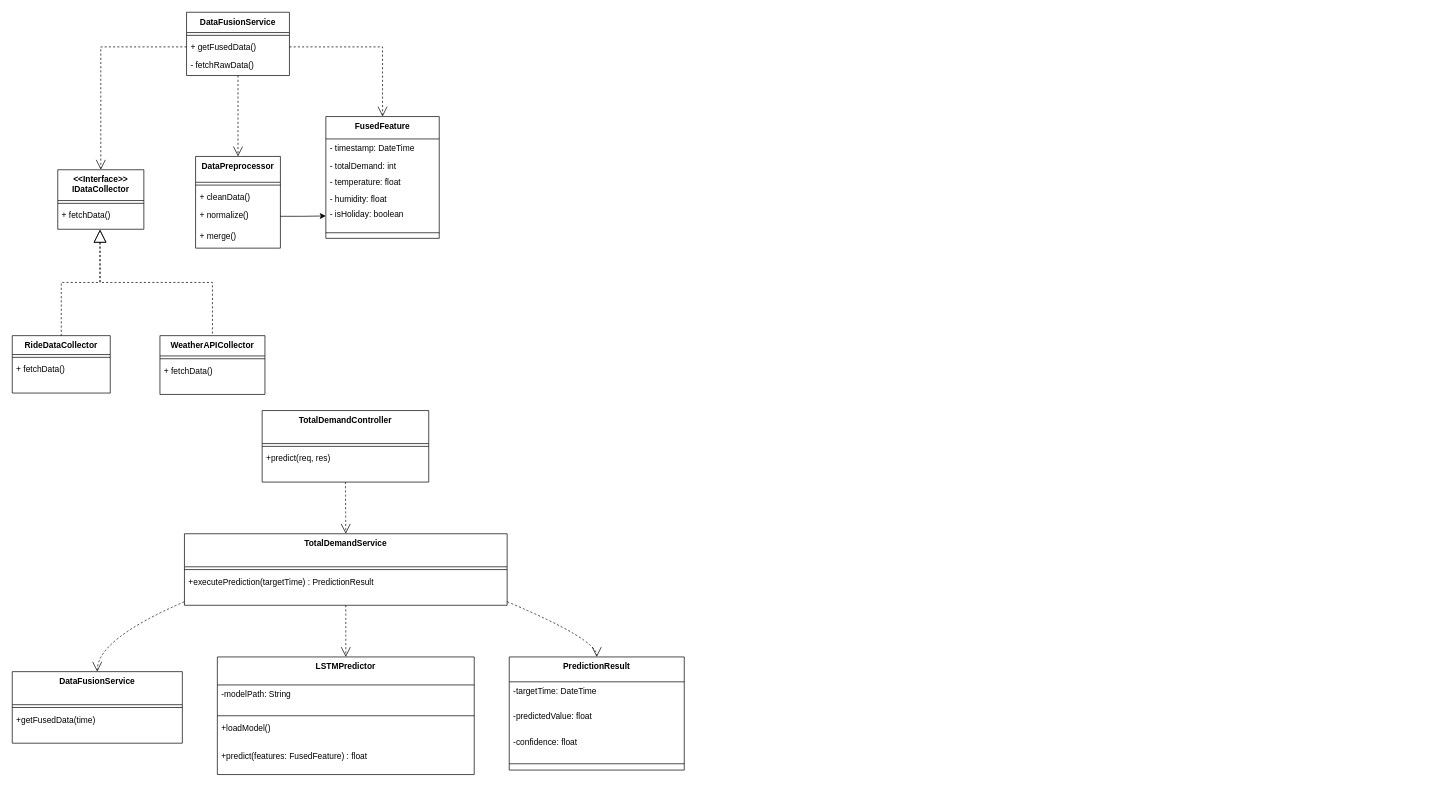
Before: 车站流量类图1.drawio in Lxlorange/drawio, a draw.io diagram. Source tidied: cells renumbered, new cells numbered last; positions are measured from the earlier drawing's top-left corner, leaving out a move shared by most shapes. Both pictures are drawn from the tidied source at 70%, with x=0, y=0 at pixel (12, 12).
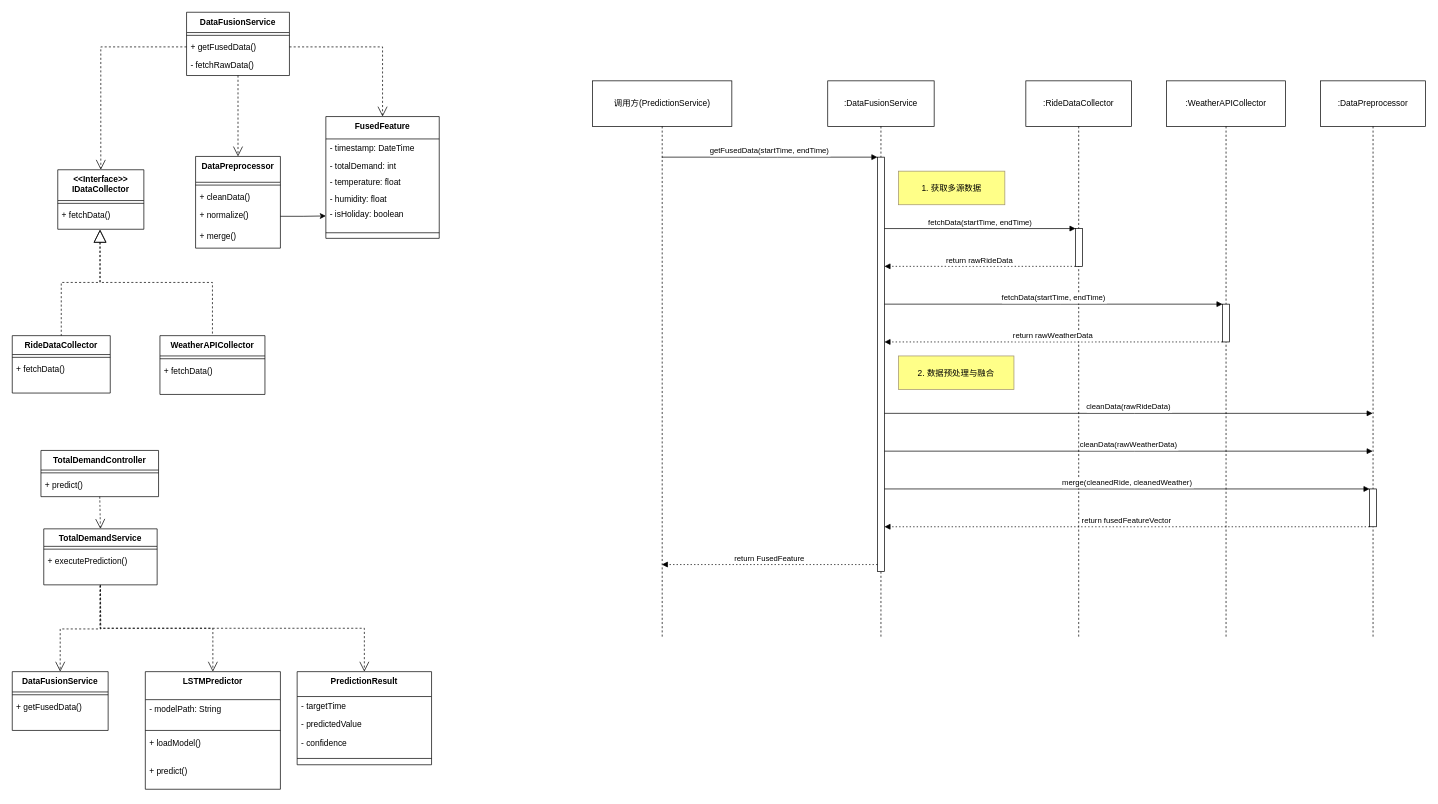
Above is the later version.

Commit message (it also covers changes not shown here):
Update 车站流量类图1.drawio

Diff of the diagram source:
```diff
@@
-    <mxCell id="33" value="TotalDemandController" style="swimlane;fontStyle=1;align=center;verticalAlign=top;horizontal=1;startSize=47.200338745117186;" parent="1" vertex="1">
-      <mxGeometry x="357" y="569" width="238" height="102.2" as="geometry" />
+    <mxCell id="33" value="TotalDemandController" style="swimlane;fontStyle=1;align=center;verticalAlign=top;horizontal=1;startSize=28;" parent="1" vertex="1">
+      <mxGeometry x="41" y="626" width="168" height="66" as="geometry" />
     </mxCell>
     <mxCell id="34" style="line;strokeWidth=1;fillColor=none;align=left;verticalAlign=middle;spacingTop=-1;spacingLeft=3;spacingRight=3;labelPosition=right;strokeColor=inherit;" parent="33" vertex="1">
-      <mxGeometry y="47.2" width="238" height="8" as="geometry" />
+      <mxGeometry y="28" width="168" height="8" as="geometry" />
     </mxCell>
-    <mxCell id="35" value="+predict(req, res)" style="text;strokeColor=none;fillColor=none;align=left;verticalAlign=top;spacingLeft=4;spacingRight=4;overflow=hidden;" parent="33" vertex="1">
-      <mxGeometry y="55.2" width="238" height="47" as="geometry" />
+    <mxCell id="35" value="+ predict()" style="text;strokeColor=none;fillColor=none;align=left;verticalAlign=top;spacingLeft=4;spacingRight=4;overflow=hidden;" parent="33" vertex="1">
+      <mxGeometry y="36" width="168" height="30" as="geometry" />
     </mxCell>
-    <mxCell id="36" value="TotalDemandService" style="swimlane;fontStyle=1;align=center;verticalAlign=top;horizontal=1;startSize=47.200338745117186;" parent="1" vertex="1">
-      <mxGeometry x="246" y="745" width="461" height="102.2" as="geometry" />
+    <mxCell id="36" value="TotalDemandService" style="swimlane;fontStyle=1;align=center;verticalAlign=top;horizontal=1;startSize=25;" parent="1" vertex="1">
+      <mxGeometry x="45" y="738" width="162" height="80" as="geometry" />
     </mxCell>
     <mxCell id="37" style="line;strokeWidth=1;fillColor=none;align=left;verticalAlign=middle;spacingTop=-1;spacingLeft=3;spacingRight=3;labelPosition=right;strokeColor=inherit;" parent="36" vertex="1">
-      <mxGeometry y="47.2" width="461" height="8" as="geometry" />
+      <mxGeometry y="25" width="162" height="8" as="geometry" />
     </mxCell>
-    <mxCell id="38" value="+executePrediction(targetTime) : PredictionResult" style="text;strokeColor=none;fillColor=none;align=left;verticalAlign=top;spacingLeft=4;spacingRight=4;overflow=hidden;points=[[0,0.5],[1,0.5]];portConstraint=eastwest;" parent="36" vertex="1">
-      <mxGeometry y="55.2" width="461" height="47" as="geometry" />
+    <mxCell id="38" value="+ executePrediction() " style="text;strokeColor=none;fillColor=none;align=left;verticalAlign=top;spacingLeft=4;spacingRight=4;overflow=hidden;points=[[0,0.5],[1,0.5]];portConstraint=eastwest;" parent="36" vertex="1">
+      <mxGeometry y="33" width="162" height="47" as="geometry" />
     </mxCell>
-    <mxCell id="39" value="DataFusionService" style="swimlane;fontStyle=1;align=center;verticalAlign=top;horizontal=1;startSize=47.200338745117186;" parent="1" vertex="1">
-      <mxGeometry y="942" width="243" height="102.2" as="geometry" />
+    <mxCell id="39" value="DataFusionService" style="swimlane;fontStyle=1;align=center;verticalAlign=top;horizontal=1;startSize=29;" parent="1" vertex="1">
+      <mxGeometry y="942" width="137" height="84" as="geometry" />
     </mxCell>
     <mxCell id="40" style="line;strokeWidth=1;fillColor=none;align=left;verticalAlign=middle;spacingTop=-1;spacingLeft=3;spacingRight=3;labelPosition=right;strokeColor=inherit;" parent="39" vertex="1">
-      <mxGeometry y="47.2" width="243" height="8" as="geometry" />
+      <mxGeometry y="29" width="137" height="8" as="geometry" />
     </mxCell>
-    <mxCell id="41" value="+getFusedData(time)" style="text;strokeColor=none;fillColor=none;align=left;verticalAlign=top;spacingLeft=4;spacingRight=4;overflow=hidden;" parent="39" vertex="1">
-      <mxGeometry y="55.2" width="243" height="47" as="geometry" />
+    <mxCell id="41" value="+ getFusedData()" style="text;strokeColor=none;fillColor=none;align=left;verticalAlign=top;spacingLeft=4;spacingRight=4;overflow=hidden;" parent="39" vertex="1">
+      <mxGeometry y="37" width="137" height="47" as="geometry" />
     </mxCell>
     <mxCell id="42" value="LSTMPredictor" style="swimlane;fontStyle=1;align=center;verticalAlign=top;horizontal=1;startSize=40.00041961669922;" parent="1" vertex="1">
-      <mxGeometry x="293" y="921" width="367" height="168" as="geometry" />
+      <mxGeometry x="190.1" y="942" width="193" height="168" as="geometry" />
     </mxCell>
-    <mxCell id="43" value="-modelPath: String" style="text;strokeColor=none;fillColor=none;align=left;verticalAlign=top;spacingLeft=4;spacingRight=4;overflow=hidden;" parent="42" vertex="1">
-      <mxGeometry y="40" width="367" height="40" as="geometry" />
+    <mxCell id="43" value="- modelPath: String" style="text;strokeColor=none;fillColor=none;align=left;verticalAlign=top;spacingLeft=4;spacingRight=4;overflow=hidden;" parent="42" vertex="1">
+      <mxGeometry y="40" width="193" height="40" as="geometry" />
     </mxCell>
     <mxCell id="44" style="line;strokeWidth=1;fillColor=none;align=left;verticalAlign=middle;spacingTop=-1;spacingLeft=3;spacingRight=3;labelPosition=right;strokeColor=inherit;" parent="42" vertex="1">
-      <mxGeometry y="80" width="367" height="8" as="geometry" />
+      <mxGeometry y="80" width="193" height="8" as="geometry" />
     </mxCell>
-    <mxCell id="45" value="+loadModel()" style="text;strokeColor=none;fillColor=none;align=left;verticalAlign=top;spacingLeft=4;spacingRight=4;overflow=hidden;" parent="42" vertex="1">
-      <mxGeometry y="88" width="367" height="40" as="geometry" />
+    <mxCell id="45" value="+ loadModel()" style="text;strokeColor=none;fillColor=none;align=left;verticalAlign=top;spacingLeft=4;spacingRight=4;overflow=hidden;" parent="42" vertex="1">
+      <mxGeometry y="88" width="193" height="40" as="geometry" />
     </mxCell>
-    <mxCell id="46" value="+predict(features: FusedFeature) : float" style="text;strokeColor=none;fillColor=none;align=left;verticalAlign=top;spacingLeft=4;spacingRight=4;overflow=hidden;" parent="42" vertex="1">
-      <mxGeometry y="128" width="367" height="40" as="geometry" />
+    <mxCell id="46" value="+ predict()" style="text;strokeColor=none;fillColor=none;align=left;verticalAlign=top;spacingLeft=4;spacingRight=4;overflow=hidden;" parent="42" vertex="1">
+      <mxGeometry y="128" width="193" height="40" as="geometry" />
     </mxCell>
     <mxCell id="47" value="PredictionResult" style="swimlane;fontStyle=1;align=center;verticalAlign=top;horizontal=1;startSize=35.555928548177086;" parent="1" vertex="1">
-      <mxGeometry x="710" y="921" width="250" height="161.6" as="geometry" />
+      <mxGeometry x="407" y="942" width="192" height="133" as="geometry" />
     </mxCell>
-    <mxCell id="48" value="-targetTime: DateTime" style="text;strokeColor=none;fillColor=none;align=left;verticalAlign=top;spacingLeft=4;spacingRight=4;overflow=hidden;" parent="47" vertex="1">
-      <mxGeometry y="35.6" width="250" height="36" as="geometry" />
+    <mxCell id="48" value="- targetTime" style="text;strokeColor=none;fillColor=none;align=left;verticalAlign=top;spacingLeft=4;spacingRight=4;overflow=hidden;" parent="47" vertex="1">
+      <mxGeometry y="35.6" width="192" height="25.4" as="geometry" />
     </mxCell>
-    <mxCell id="49" value="-predictedValue: float" style="text;strokeColor=none;fillColor=none;align=left;verticalAlign=top;spacingLeft=4;spacingRight=4;overflow=hidden;" parent="47" vertex="1">
-      <mxGeometry y="71.6" width="250" height="36" as="geometry" />
+    <mxCell id="49" value="- predictedValue" style="text;strokeColor=none;fillColor=none;align=left;verticalAlign=top;spacingLeft=4;spacingRight=4;overflow=hidden;" parent="47" vertex="1">
+      <mxGeometry y="61" width="192" height="27" as="geometry" />
     </mxCell>
-    <mxCell id="50" value="-confidence: float" style="text;strokeColor=none;fillColor=none;align=left;verticalAlign=top;spacingLeft=4;spacingRight=4;overflow=hidden;" parent="47" vertex="1">
-      <mxGeometry y="107.6" width="250" height="36" as="geometry" />
+    <mxCell id="50" value="- confidence" style="text;strokeColor=none;fillColor=none;align=left;verticalAlign=top;spacingLeft=4;spacingRight=4;overflow=hidden;" parent="47" vertex="1">
+      <mxGeometry y="88" width="192" height="27" as="geometry" />
     </mxCell>
     <mxCell id="51" style="line;strokeWidth=1;fillColor=none;align=left;verticalAlign=middle;spacingTop=-1;spacingLeft=3;spacingRight=3;labelPosition=right;strokeColor=inherit;" parent="47" vertex="1">
-      <mxGeometry y="143.6" width="250" height="18" as="geometry" />
+      <mxGeometry y="115" width="192" height="18" as="geometry" />
     </mxCell>
@@
-    <mxCell id="53" style="curved=1;dashed=1;startArrow=none;endArrow=open;endSize=12;exitX=0;exitY=0.95;entryX=0.5;entryY=0;rounded=0;" parent="1" edge="1" source="36" target="39">
+    <mxCell id="53" style="dashed=1;startArrow=none;endArrow=open;endSize=12;entryX=0.5;entryY=0;rounded=0;edgeStyle=orthogonalEdgeStyle;" parent="1" edge="1" target="39">
       <mxGeometry relative="1" as="geometry">
-        <Array as="points">
-          <mxPoint x="121" y="896" />
-        </Array>
+        <mxPoint x="126" y="819" as="sourcePoint" />
       </mxGeometry>
     </mxCell>
-    <mxCell id="54" style="curved=1;dashed=1;startArrow=none;endArrow=open;endSize=12;exitX=0.5;exitY=1;entryX=0.5;entryY=0;rounded=0;" parent="1" edge="1" source="36" target="42">
+    <mxCell id="54" style="dashed=1;startArrow=none;endArrow=open;endSize=12;exitX=0.5;exitY=1;rounded=0;edgeStyle=orthogonalEdgeStyle;" parent="1" edge="1" source="36" target="42">
       <mxGeometry relative="1" as="geometry" />
     </mxCell>
-    <mxCell id="55" style="curved=1;dashed=1;startArrow=none;endArrow=open;endSize=12;exitX=1;exitY=0.95;entryX=0.5;entryY=0;rounded=0;" parent="1" edge="1" source="36" target="47">
-      <mxGeometry relative="1" as="geometry">
-        <Array as="points">
-          <mxPoint x="835" y="896" />
-        </Array>
-      </mxGeometry>
+    <mxCell id="55" style="dashed=1;startArrow=none;endArrow=open;endSize=12;exitX=0.495;exitY=1.021;rounded=0;edgeStyle=orthogonalEdgeStyle;exitDx=0;exitDy=0;exitPerimeter=0;entryX=0.5;entryY=0;entryDx=0;entryDy=0;" parent="1" edge="1" source="38" target="47">
+      <mxGeometry relative="1" as="geometry" />
     </mxCell>
+    <mxCell id="56" value="调用方(PredictionService)" style="shape=umlLifeline;perimeter=lifelinePerimeter;whiteSpace=wrap;outlineConnect=0;portConstraint=eastwest;newEdgeStyle={&quot;edgeStyle&quot;:&quot;elbowEdgeStyle&quot;,&quot;elbow&quot;:&quot;vertical&quot;,&quot;curved&quot;:0,&quot;rounded&quot;:0};size=65;" parent="1" vertex="1">
+      <mxGeometry x="829" y="98" width="199" height="796" as="geometry" />
+    </mxCell>
+    <mxCell id="57" value=":DataFusionService" style="shape=umlLifeline;perimeter=lifelinePerimeter;whiteSpace=wrap;newEdgeStyle={&quot;edgeStyle&quot;:&quot;elbowEdgeStyle&quot;,&quot;elbow&quot;:&quot;vertical&quot;,&quot;curved&quot;:0,&quot;rounded&quot;:0};size=65;" parent="1" vertex="1">
+      <mxGeometry x="1165" y="98" width="152" height="796" as="geometry" />
+    </mxCell>
+    <mxCell id="58" style="points=[];perimeter=orthogonalPerimeter;outlineConnect=0;targetShapes=umlLifeline;portConstraint=eastwest;newEdgeStyle={&quot;edgeStyle&quot;:&quot;elbowEdgeStyle&quot;,&quot;elbow&quot;:&quot;vertical&quot;,&quot;curved&quot;:0,&quot;rounded&quot;:0};" parent="57" vertex="1">
+      <mxGeometry x="71" y="109" width="10" height="592" as="geometry" />
+    </mxCell>
+    <mxCell id="59" value=":RideDataCollector" style="shape=umlLifeline;perimeter=lifelinePerimeter;whiteSpace=wrap;newEdgeStyle={&quot;edgeStyle&quot;:&quot;elbowEdgeStyle&quot;,&quot;elbow&quot;:&quot;vertical&quot;,&quot;curved&quot;:0,&quot;rounded&quot;:0};size=65;" parent="1" vertex="1">
+      <mxGeometry x="1448" y="98" width="151" height="796" as="geometry" />
+    </mxCell>
+    <mxCell id="60" style="points=[];perimeter=orthogonalPerimeter;outlineConnect=0;targetShapes=umlLifeline;portConstraint=eastwest;newEdgeStyle={&quot;edgeStyle&quot;:&quot;elbowEdgeStyle&quot;,&quot;elbow&quot;:&quot;vertical&quot;,&quot;curved&quot;:0,&quot;rounded&quot;:0};" parent="59" vertex="1">
+      <mxGeometry x="71" y="211" width="10" height="54" as="geometry" />
+    </mxCell>
+    <mxCell id="61" value=":WeatherAPICollector" style="shape=umlLifeline;perimeter=lifelinePerimeter;whiteSpace=wrap;newEdgeStyle={&quot;edgeStyle&quot;:&quot;elbowEdgeStyle&quot;,&quot;elbow&quot;:&quot;vertical&quot;,&quot;curved&quot;:0,&quot;rounded&quot;:0};size=65;" parent="1" vertex="1">
+      <mxGeometry x="1649" y="98" width="170" height="796" as="geometry" />
+    </mxCell>
+    <mxCell id="62" style="points=[];perimeter=orthogonalPerimeter;outlineConnect=0;targetShapes=umlLifeline;portConstraint=eastwest;newEdgeStyle={&quot;edgeStyle&quot;:&quot;elbowEdgeStyle&quot;,&quot;elbow&quot;:&quot;vertical&quot;,&quot;curved&quot;:0,&quot;rounded&quot;:0};" parent="61" vertex="1">
+      <mxGeometry x="80" y="319" width="10" height="54" as="geometry" />
+    </mxCell>
+    <mxCell id="63" value=":DataPreprocessor" style="shape=umlLifeline;perimeter=lifelinePerimeter;whiteSpace=wrap;outlineConnect=0;portConstraint=eastwest;newEdgeStyle={&quot;edgeStyle&quot;:&quot;elbowEdgeStyle&quot;,&quot;elbow&quot;:&quot;vertical&quot;,&quot;curved&quot;:0,&quot;rounded&quot;:0};size=65;" parent="1" vertex="1">
+      <mxGeometry x="1869" y="98" width="150" height="796" as="geometry" />
+    </mxCell>
+    <mxCell id="64" style="points=[];perimeter=orthogonalPerimeter;outlineConnect=0;targetShapes=umlLifeline;portConstraint=eastwest;newEdgeStyle={&quot;edgeStyle&quot;:&quot;elbowEdgeStyle&quot;,&quot;elbow&quot;:&quot;vertical&quot;,&quot;curved&quot;:0,&quot;rounded&quot;:0};" parent="63" vertex="1">
+      <mxGeometry x="70" y="583" width="10" height="54" as="geometry" />
+    </mxCell>
+    <mxCell id="65" value="getFusedData(startTime, endTime)" style="verticalAlign=bottom;edgeStyle=elbowEdgeStyle;elbow=vertical;curved=0;rounded=0;endArrow=block;" parent="1" edge="1" source="56" target="58">
+      <mxGeometry relative="1" as="geometry">
+        <Array as="points">
+          <mxPoint x="1093" y="207" />
+        </Array>
+      </mxGeometry>
+    </mxCell>
+    <mxCell id="66" value="fetchData(startTime, endTime)" style="verticalAlign=bottom;edgeStyle=elbowEdgeStyle;elbow=vertical;curved=0;rounded=0;endArrow=block;" parent="1" edge="1" source="58" target="60">
+      <mxGeometry relative="1" as="geometry">
+        <Array as="points">
+          <mxPoint x="1393" y="309" />
+        </Array>
+      </mxGeometry>
+    </mxCell>
+    <mxCell id="67" value="return rawRideData" style="verticalAlign=bottom;edgeStyle=elbowEdgeStyle;elbow=vertical;curved=0;rounded=0;dashed=1;dashPattern=2 3;endArrow=block;" parent="1" edge="1" source="60" target="58">
+      <mxGeometry relative="1" as="geometry">
+        <Array as="points">
+          <mxPoint x="1394" y="363" />
+        </Array>
+      </mxGeometry>
+    </mxCell>
+    <mxCell id="68" value="fetchData(startTime, endTime)" style="verticalAlign=bottom;edgeStyle=elbowEdgeStyle;elbow=vertical;curved=0;rounded=0;endArrow=block;" parent="1" edge="1" source="58" target="62">
+      <mxGeometry relative="1" as="geometry">
+        <Array as="points">
+          <mxPoint x="1498" y="417" />
+        </Array>
+      </mxGeometry>
+    </mxCell>
+    <mxCell id="69" value="return rawWeatherData" style="verticalAlign=bottom;edgeStyle=elbowEdgeStyle;elbow=vertical;curved=0;rounded=0;dashed=1;dashPattern=2 3;endArrow=block;" parent="1" edge="1" source="62" target="58">
+      <mxGeometry relative="1" as="geometry">
+        <Array as="points">
+          <mxPoint x="1499" y="471" />
+        </Array>
+      </mxGeometry>
+    </mxCell>
+    <mxCell id="70" value="cleanData(rawRideData)" style="verticalAlign=bottom;edgeStyle=elbowEdgeStyle;elbow=vertical;curved=0;rounded=0;endArrow=block;" parent="1" edge="1" source="58" target="63">
+      <mxGeometry relative="1" as="geometry">
+        <Array as="points">
+          <mxPoint x="1603" y="573" />
+        </Array>
+      </mxGeometry>
+    </mxCell>
+    <mxCell id="71" value="cleanData(rawWeatherData)" style="verticalAlign=bottom;edgeStyle=elbowEdgeStyle;elbow=vertical;curved=0;rounded=0;endArrow=block;" parent="1" edge="1" source="58" target="63">
+      <mxGeometry relative="1" as="geometry">
+        <Array as="points">
+          <mxPoint x="1603" y="627" />
+        </Array>
+      </mxGeometry>
+    </mxCell>
+    <mxCell id="72" value="merge(cleanedRide, cleanedWeather)" style="verticalAlign=bottom;edgeStyle=elbowEdgeStyle;elbow=vertical;curved=0;rounded=0;endArrow=block;" parent="1" edge="1" source="58" target="64">
+      <mxGeometry relative="1" as="geometry">
+        <Array as="points">
+          <mxPoint x="1603" y="681" />
+        </Array>
+      </mxGeometry>
+    </mxCell>
+    <mxCell id="73" value="return fusedFeatureVector" style="verticalAlign=bottom;edgeStyle=elbowEdgeStyle;elbow=vertical;curved=0;rounded=0;dashed=1;dashPattern=2 3;endArrow=block;" parent="1" edge="1" source="64" target="58">
+      <mxGeometry relative="1" as="geometry">
+        <Array as="points">
+          <mxPoint x="1604" y="735" />
+        </Array>
+      </mxGeometry>
+    </mxCell>
+    <mxCell id="74" value="return FusedFeature" style="verticalAlign=bottom;edgeStyle=elbowEdgeStyle;elbow=vertical;curved=0;rounded=0;dashed=1;dashPattern=2 3;endArrow=block;" parent="1" edge="1" source="58" target="56">
+      <mxGeometry relative="1" as="geometry">
+        <Array as="points">
+          <mxPoint x="1094" y="789" />
+        </Array>
+      </mxGeometry>
+    </mxCell>
+    <mxCell id="75" value="1. 获取多源数据" style="fillColor=#ffff88;strokeColor=#9E916F;" parent="1" vertex="1">
+      <mxGeometry x="1266" y="227" width="152" height="48" as="geometry" />
+    </mxCell>
+    <mxCell id="76" value="2. 数据预处理与融合" style="fillColor=#ffff88;strokeColor=#9E916F;" parent="1" vertex="1">
+      <mxGeometry x="1266" y="491" width="165" height="48" as="geometry" />
+    </mxCell>
```
